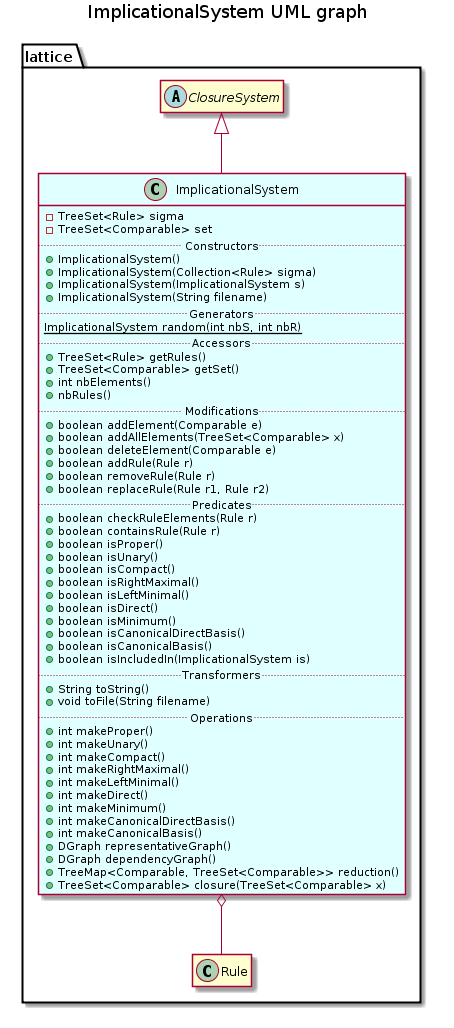
EstrellaRL/java-lattices keeps this PlantUML diagram as api/lattice/ImplicationalSystem.png. Above is the earlier version.
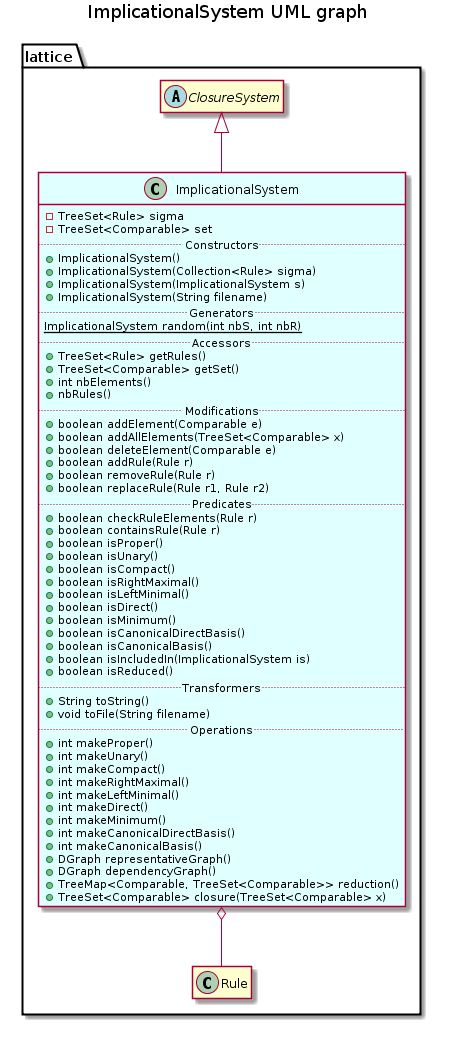
After the commit.

Diff of the diagram source:
```diff
@@ -35,6 +35,7 @@
         +boolean isCanonicalDirectBasis()
         +boolean isCanonicalBasis()
         +boolean isIncludedIn(ImplicationalSystem is)
+        +boolean isReduced()
         .. Transformers ..
         +String toString()
         +void toFile(String filename)
```
